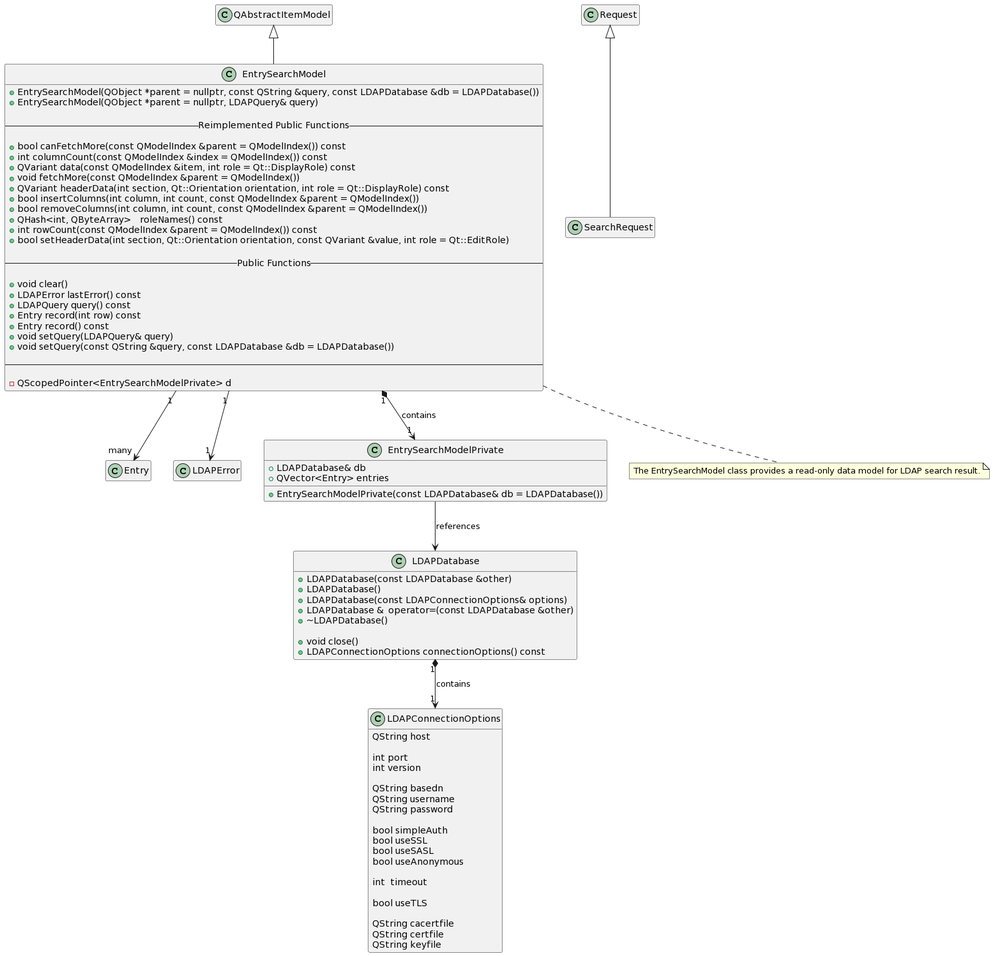
Earlier version of the PlantUML export docs/class-diagram.png (august-alt/libqtldap-design).
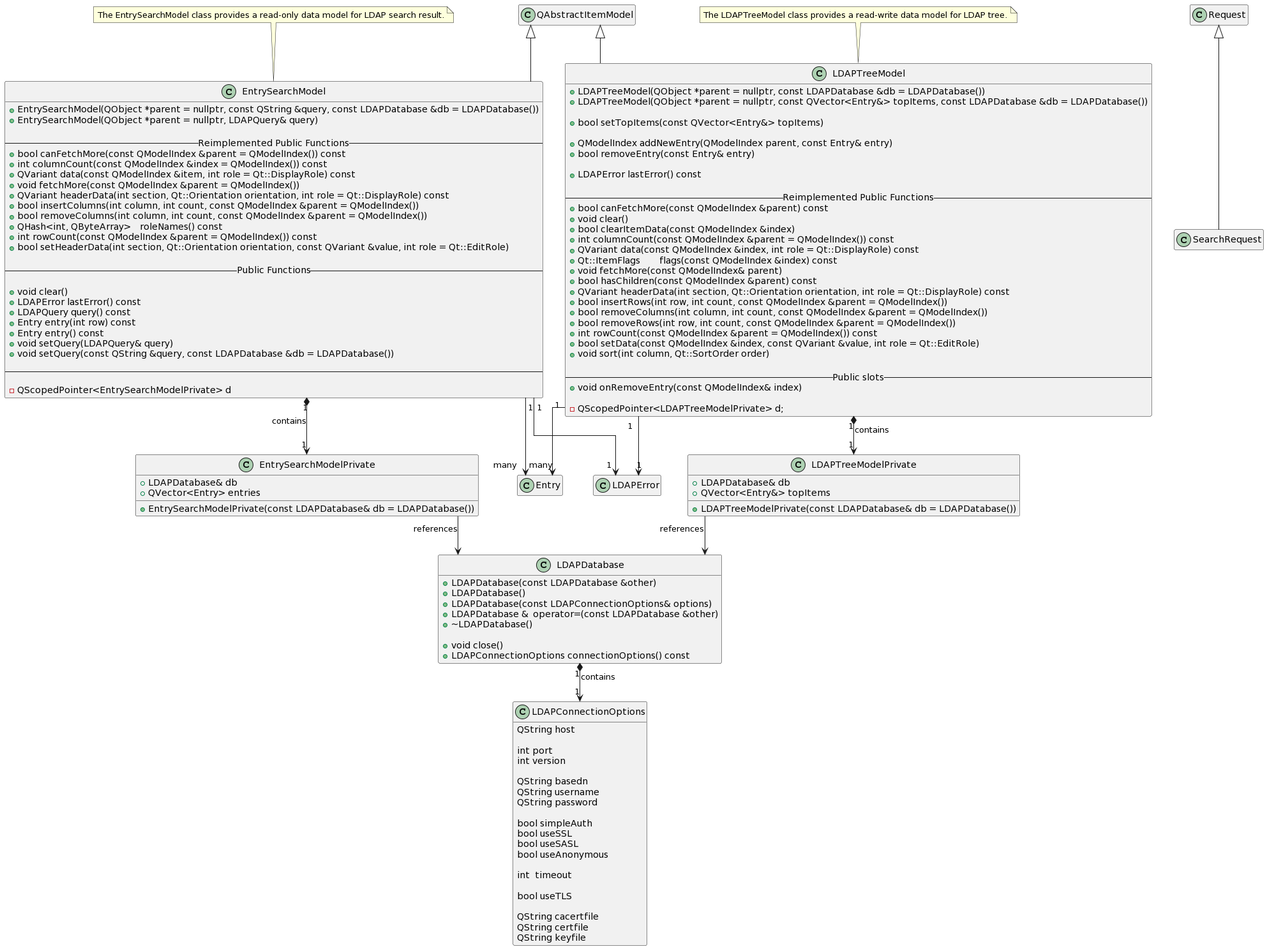
After the commit.

Change to the diagram source:
```diff
@@ -1,5 +1,6 @@
 @startuml
 hide empty members
+skinparam linetype ortho
 
 class Entry
 
@@ -52,13 +53,16 @@
 + EntrySearchModelPrivate(const LDAPDatabase& db = LDAPDatabase())
 }
 
+class QAbstractItemModel
+{
+}
+
 class EntrySearchModel extends QAbstractItemModel
 {
 + EntrySearchModel(QObject *parent = nullptr, const QString &query, const LDAPDatabase &db = LDAPDatabase())
 + EntrySearchModel(QObject *parent = nullptr, LDAPQuery& query)
 
 -- Reimplemented Public Functions --
-
 + bool canFetchMore(const QModelIndex &parent = QModelIndex()) const
 + int columnCount(const QModelIndex &index = QModelIndex()) const
 + QVariant data(const QModelIndex &item, int role = Qt::DisplayRole) const
@@ -75,14 +79,57 @@
 + void clear()
 + LDAPError lastError() const
 + LDAPQuery query() const
-+ Entry record(int row) const
-+ Entry record() const
++ Entry entry(int row) const
++ Entry entry() const
 + void setQuery(LDAPQuery& query)
 + void setQuery(const QString &query, const LDAPDatabase &db = LDAPDatabase())
 
 --
 
 - QScopedPointer<EntrySearchModelPrivate> d
+}
+
+class LDAPTreeModelPrivate
+{
++ LDAPDatabase& db
++ QVector<Entry&> topItems
+
++ LDAPTreeModelPrivate(const LDAPDatabase& db = LDAPDatabase())
+}
+
+class LDAPTreeModel extends QAbstractItemModel
+{
++ LDAPTreeModel(QObject *parent = nullptr, const LDAPDatabase &db = LDAPDatabase())
++ LDAPTreeModel(QObject *parent = nullptr, const QVector<Entry&> topItems, const LDAPDatabase &db = LDAPDatabase())
+
++ bool setTopItems(const QVector<Entry&> topItems)
+
++ QModelIndex addNewEntry(QModelIndex parent, const Entry& entry)
++ bool removeEntry(const Entry& entry)
+
++ LDAPError lastError() const
+
+-- Reimplemented Public Functions --
++ bool canFetchMore(const QModelIndex &parent) const
++ void clear()
++ bool clearItemData(const QModelIndex &index)
++ int columnCount(const QModelIndex &parent = QModelIndex()) const
++ QVariant data(const QModelIndex &index, int role = Qt::DisplayRole) const
++ Qt::ItemFlags	flags(const QModelIndex &index) const
++ void fetchMore(const QModelIndex& parent)
++ bool hasChildren(const QModelIndex &parent) const
++ QVariant headerData(int section, Qt::Orientation orientation, int role = Qt::DisplayRole) const
++ bool insertRows(int row, int count, const QModelIndex &parent = QModelIndex())
++ bool removeColumns(int column, int count, const QModelIndex &parent = QModelIndex())
++ bool removeRows(int row, int count, const QModelIndex &parent = QModelIndex())
++ int rowCount(const QModelIndex &parent = QModelIndex()) const
++ bool setData(const QModelIndex &index, const QVariant &value, int role = Qt::EditRole)
++ void sort(int column, Qt::SortOrder order)
+
+-- Public slots --
++ void onRemoveEntry(const QModelIndex& index)
+
+- QScopedPointer<LDAPTreeModelPrivate> d;
 }
 
 EntrySearchModel "1" *--> "1" EntrySearchModelPrivate : contains
@@ -93,6 +140,16 @@
 
 EntrySearchModelPrivate --> LDAPDatabase : references
 
+
+LDAPTreeModel "1" *--> "1" LDAPTreeModelPrivate : contains
+
+LDAPTreeModel "1" --> "1" LDAPError
+
+LDAPTreeModel "1" --> "many" Entry
+
+LDAPTreeModelPrivate --> LDAPDatabase : references
+
+
 LDAPDatabase "1" *--> "1" LDAPConnectionOptions : contains
 
 class Request
@@ -100,6 +157,8 @@
 class SearchRequest extends Request
 
 note "The EntrySearchModel class provides a read-only data model for LDAP search result." as N1
+note "The LDAPTreeModel class provides a read-write data model for LDAP tree." as N2
 
-EntrySearchModel .. N1
+EntrySearchModel .u. N1
+LDAPTreeModel .u. N2
 @enduml
```
